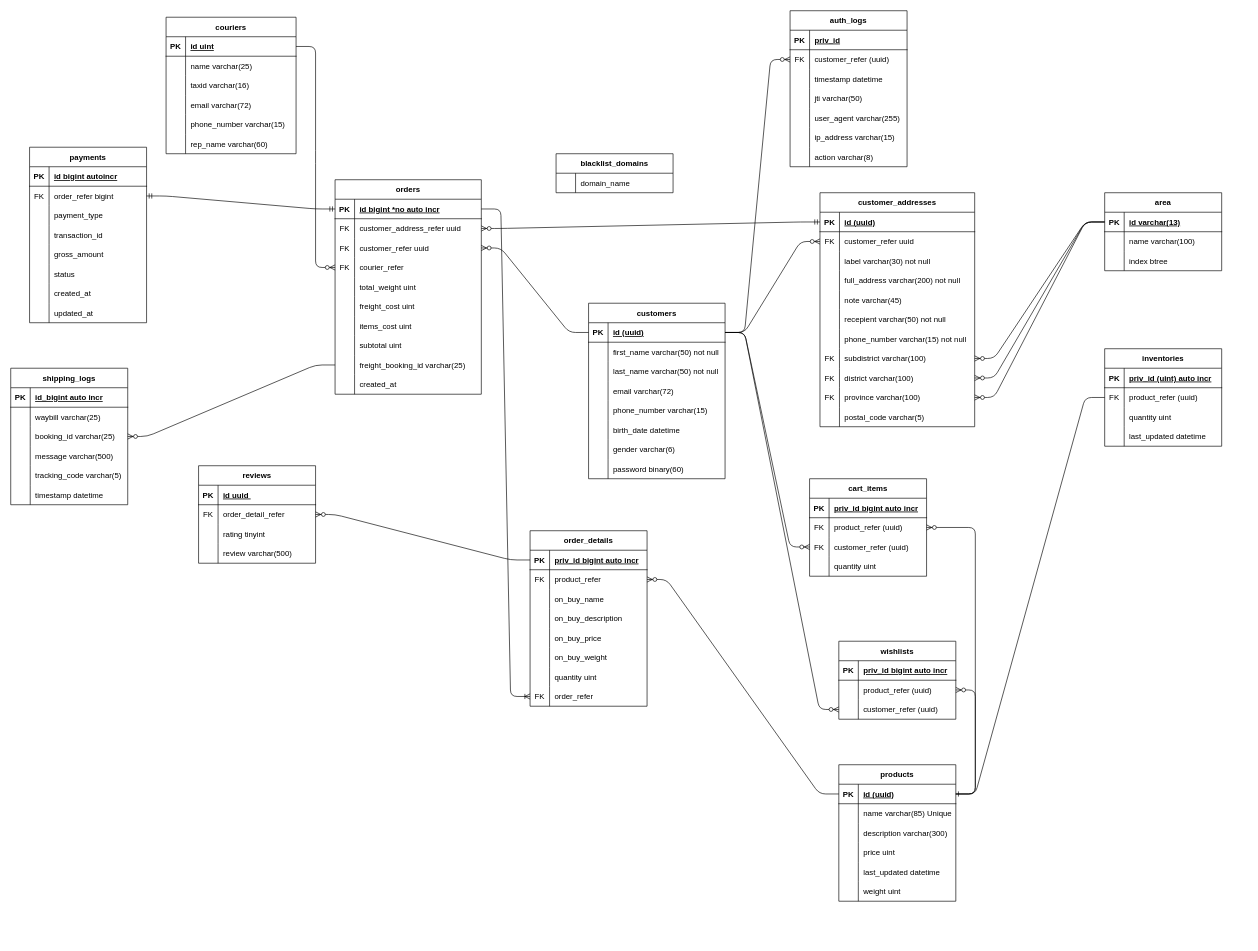
Above: resources/oltp-schema.drawio in Tus1688/openmerce-backend (draw.io), before the change. Source tidied: cells renumbered, new cells numbered last; positions are measured from the earlier drawing's top-left corner, leaving out a move shared by most shapes. Both pictures are drawn from the tidied source at 65%, with x=0, y=0 at pixel (10, 10).
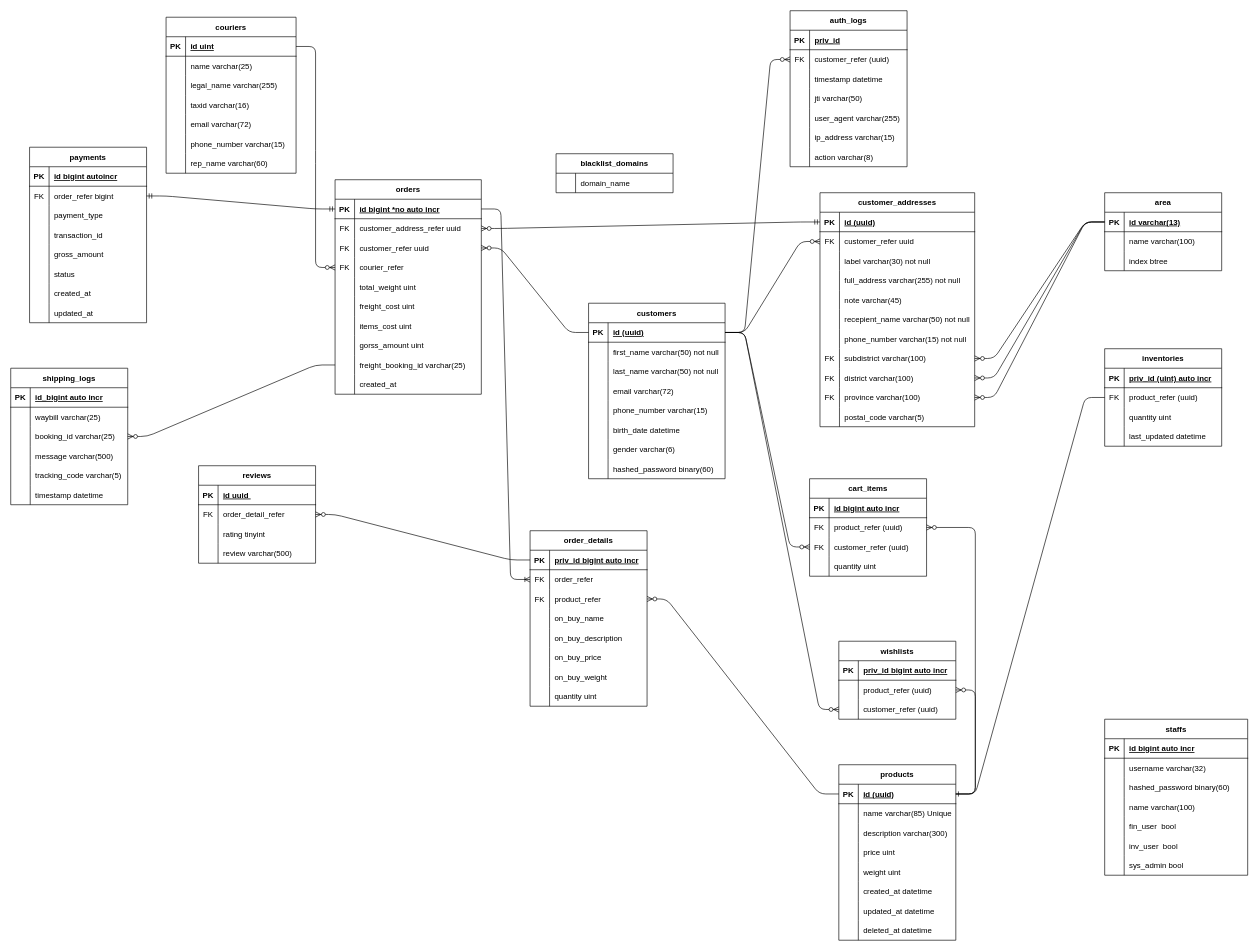
Above is the later version.

Unchanged cells that the change refers to:
```xml
<mxCell id="12" style="shape=tableRow;horizontal=0;startSize=0;swimlaneHead=0;swimlaneBody=0;fillColor=none;top=0;left=0;right=0;bottom=0;" parent="2" vertex="1">
  <mxGeometry y="120" width="238" height="30" as="geometry" />
</mxCell>
<mxCell id="18" style="shape=tableRow;horizontal=0;startSize=0;swimlaneHead=0;swimlaneBody=0;fillColor=none;top=0;left=0;right=0;bottom=0;" parent="2" vertex="1">
  <mxGeometry y="180" width="238" height="30" as="geometry" />
</mxCell>
<mxCell id="58" style="shape=tableRow;horizontal=0;startSize=0;swimlaneHead=0;swimlaneBody=0;fillColor=none;top=0;left=0;right=0;bottom=0;" parent="36" vertex="1">
  <mxGeometry y="240" width="210" height="30" as="geometry" />
</mxCell>
<mxCell id="109" style="shape=tableRow;horizontal=0;startSize=0;swimlaneHead=0;swimlaneBody=0;fillColor=none;top=0;left=0;right=0;bottom=1;" parent="108" vertex="1">
  <mxGeometry y="30" width="180" height="30" as="geometry" />
</mxCell>
<mxCell id="145" style="shape=tableRow;horizontal=0;startSize=0;swimlaneHead=0;swimlaneBody=0;fillColor=none;top=0;left=0;right=0;bottom=0;" parent="123" vertex="1">
  <mxGeometry y="240" width="225" height="30" as="geometry" />
</mxCell>
<mxCell id="155" value="order_details" style="shape=table;startSize=30;childLayout=tableLayout;rowLines=0;fontStyle=1;align=center;" parent="1" vertex="1">
  <mxGeometry x="799" y="800" width="180" height="270" as="geometry" />
</mxCell>
```

Diff of the diagram source:
```diff
@@
-    <mxCell id="14" value="full_address varchar(200) not null" style="shape=partialRectangle;fillColor=none;top=0;left=0;bottom=0;right=0;align=left;spacingLeft=6;overflow=hidden;" parent="12" vertex="1">
+    <mxCell id="14" value="full_address varchar(255) not null" style="shape=partialRectangle;fillColor=none;top=0;left=0;bottom=0;right=0;align=left;spacingLeft=6;overflow=hidden;" parent="12" vertex="1">
       <mxGeometry x="30" width="208" height="30" as="geometry" />
     </mxCell>
@@
-    <mxCell id="20" value="recepient varchar(50) not null" style="shape=partialRectangle;fillColor=none;top=0;left=0;bottom=0;right=0;align=left;spacingLeft=6;overflow=hidden;" parent="18" vertex="1">
+    <mxCell id="20" value="recepient_name varchar(50) not null" style="shape=partialRectangle;fillColor=none;top=0;left=0;bottom=0;right=0;align=left;spacingLeft=6;overflow=hidden;" parent="18" vertex="1">
       <mxGeometry x="30" width="208" height="30" as="geometry" />
     </mxCell>
@@
-    <mxCell id="60" value="password binary(60)" style="shape=partialRectangle;fillColor=none;top=0;left=0;bottom=0;right=0;align=left;spacingLeft=6;overflow=hidden;" parent="58" vertex="1">
+    <mxCell id="60" value="hashed_password binary(60)" style="shape=partialRectangle;fillColor=none;top=0;left=0;bottom=0;right=0;align=left;spacingLeft=6;overflow=hidden;" parent="58" vertex="1">
       <mxGeometry x="30" width="180" height="30" as="geometry" />
     </mxCell>
@@
     <mxCell id="75" value="products" style="shape=table;startSize=30;childLayout=tableLayout;rowLines=0;fontStyle=1;align=center;" parent="1" vertex="1">
-      <mxGeometry x="1274" y="1160" width="180" height="210" as="geometry" />
+      <mxGeometry x="1274" y="1160" width="180" height="270" as="geometry" />
     </mxCell>
@@
+    <mxCell id="91" style="shape=tableRow;horizontal=0;startSize=0;swimlaneHead=0;swimlaneBody=0;fillColor=none;top=0;left=0;right=0;bottom=0;" parent="75" vertex="1">
+      <mxGeometry y="150" width="180" height="30" as="geometry" />
+    </mxCell>
+    <mxCell id="92" style="shape=partialRectangle;fillColor=none;top=0;left=0;bottom=0;right=0;overflow=hidden;" parent="91" vertex="1">
+      <mxGeometry width="30" height="30" as="geometry" />
+    </mxCell>
+    <mxCell id="93" value="weight uint" style="shape=partialRectangle;fillColor=none;top=0;left=0;bottom=0;right=0;align=left;spacingLeft=6;overflow=hidden;" parent="91" vertex="1">
+      <mxGeometry x="30" width="150" height="30" as="geometry" />
+    </mxCell>
+    <mxCell id="302" style="shape=tableRow;horizontal=0;startSize=0;swimlaneHead=0;swimlaneBody=0;fillColor=none;top=0;left=0;right=0;bottom=0;" parent="75" vertex="1">
+      <mxGeometry y="180" width="180" height="30" as="geometry" />
+    </mxCell>
+    <mxCell id="303" style="shape=partialRectangle;fillColor=none;top=0;left=0;bottom=0;right=0;overflow=hidden;" parent="302" vertex="1">
+      <mxGeometry width="30" height="30" as="geometry" />
+    </mxCell>
+    <mxCell id="304" value="created_at datetime" style="shape=partialRectangle;fillColor=none;top=0;left=0;bottom=0;right=0;align=left;spacingLeft=6;overflow=hidden;" parent="302" vertex="1">
+      <mxGeometry x="30" width="150" height="30" as="geometry" />
+    </mxCell>
     <mxCell id="88" style="shape=tableRow;horizontal=0;startSize=0;swimlaneHead=0;swimlaneBody=0;fillColor=none;top=0;left=0;right=0;bottom=0;" parent="75" vertex="1">
-      <mxGeometry y="150" width="180" height="30" as="geometry" />
+      <mxGeometry y="210" width="180" height="30" as="geometry" />
     </mxCell>
@@
-    <mxCell id="90" value="last_updated datetime" style="shape=partialRectangle;fillColor=none;top=0;left=0;bottom=0;right=0;align=left;spacingLeft=6;overflow=hidden;" parent="88" vertex="1">
+    <mxCell id="90" value="updated_at datetime" style="shape=partialRectangle;fillColor=none;top=0;left=0;bottom=0;right=0;align=left;spacingLeft=6;overflow=hidden;" parent="88" vertex="1">
       <mxGeometry x="30" width="150" height="30" as="geometry" />
     </mxCell>
-    <mxCell id="91" style="shape=tableRow;horizontal=0;startSize=0;swimlaneHead=0;swimlaneBody=0;fillColor=none;top=0;left=0;right=0;bottom=0;" parent="75" vertex="1">
-      <mxGeometry y="180" width="180" height="30" as="geometry" />
-    </mxCell>
-    <mxCell id="92" style="shape=partialRectangle;fillColor=none;top=0;left=0;bottom=0;right=0;overflow=hidden;" parent="91" vertex="1">
-      <mxGeometry width="30" height="30" as="geometry" />
-    </mxCell>
-    <mxCell id="93" value="weight uint" style="shape=partialRectangle;fillColor=none;top=0;left=0;bottom=0;right=0;align=left;spacingLeft=6;overflow=hidden;" parent="91" vertex="1">
-      <mxGeometry x="30" width="150" height="30" as="geometry" />
-    </mxCell>
+    <mxCell id="305" style="shape=tableRow;horizontal=0;startSize=0;swimlaneHead=0;swimlaneBody=0;fillColor=none;top=0;left=0;right=0;bottom=0;" parent="75" vertex="1">
+      <mxGeometry y="240" width="180" height="30" as="geometry" />
+    </mxCell>
+    <mxCell id="306" style="shape=partialRectangle;fillColor=none;top=0;left=0;bottom=0;right=0;overflow=hidden;" parent="305" vertex="1">
+      <mxGeometry width="30" height="30" as="geometry" />
+    </mxCell>
+    <mxCell id="307" value="deleted_at datetime" style="shape=partialRectangle;fillColor=none;top=0;left=0;bottom=0;right=0;align=left;spacingLeft=6;overflow=hidden;" parent="305" vertex="1">
+      <mxGeometry x="30" width="150" height="30" as="geometry" />
+    </mxCell>
@@
-    <mxCell id="111" value="priv_id bigint auto incr" style="shape=partialRectangle;fillColor=none;top=0;left=0;bottom=0;right=0;align=left;spacingLeft=6;fontStyle=5;overflow=hidden;" parent="109" vertex="1">
+    <mxCell id="111" value="id bigint auto incr" style="shape=partialRectangle;fillColor=none;top=0;left=0;bottom=0;right=0;align=left;spacingLeft=6;fontStyle=5;overflow=hidden;" parent="109" vertex="1">
       <mxGeometry x="30" width="150" height="30" as="geometry" />
     </mxCell>
@@
-    <mxCell id="147" value="subtotal uint" style="shape=partialRectangle;fillColor=none;top=0;left=0;bottom=0;right=0;align=left;spacingLeft=6;overflow=hidden;" parent="145" vertex="1">
+    <mxCell id="147" value="gorss_amount uint" style="shape=partialRectangle;fillColor=none;top=0;left=0;bottom=0;right=0;align=left;spacingLeft=6;overflow=hidden;" parent="145" vertex="1">
       <mxGeometry x="30" width="195" height="30" as="geometry" />
     </mxCell>
@@
+    <mxCell id="177" style="shape=tableRow;horizontal=0;startSize=0;swimlaneHead=0;swimlaneBody=0;fillColor=none;points=[[0,0.5],[1,0.5]];portConstraint=eastwest;top=0;left=0;right=0;bottom=0;" parent="155" vertex="1">
+      <mxGeometry y="60" width="180" height="30" as="geometry" />
+    </mxCell>
+    <mxCell id="178" value="FK" style="shape=partialRectangle;fillColor=none;top=0;left=0;bottom=0;right=0;overflow=hidden;" parent="177" vertex="1">
+      <mxGeometry width="30" height="30" as="geometry" />
+    </mxCell>
+    <mxCell id="179" value="order_refer" style="shape=partialRectangle;fillColor=none;top=0;left=0;bottom=0;right=0;align=left;spacingLeft=6;overflow=hidden;" parent="177" vertex="1">
+      <mxGeometry x="30" width="150" height="30" as="geometry" />
+    </mxCell>
     <mxCell id="159" style="shape=tableRow;horizontal=0;startSize=0;swimlaneHead=0;swimlaneBody=0;fillColor=none;points=[[0,0.5],[1,0.5]];portConstraint=eastwest;top=0;left=0;right=0;bottom=0;" parent="155" vertex="1">
-      <mxGeometry y="60" width="180" height="30" as="geometry" />
+      <mxGeometry y="90" width="180" height="30" as="geometry" />
     </mxCell>
@@
     <mxCell id="162" style="shape=tableRow;horizontal=0;startSize=0;swimlaneHead=0;swimlaneBody=0;fillColor=none;top=0;left=0;right=0;bottom=0;" parent="155" vertex="1">
-      <mxGeometry y="90" width="180" height="30" as="geometry" />
+      <mxGeometry y="120" width="180" height="30" as="geometry" />
     </mxCell>
@@
     <mxCell id="165" style="shape=tableRow;horizontal=0;startSize=0;swimlaneHead=0;swimlaneBody=0;fillColor=none;top=0;left=0;right=0;bottom=0;" parent="155" vertex="1">
-      <mxGeometry y="120" width="180" height="30" as="geometry" />
+      <mxGeometry y="150" width="180" height="30" as="geometry" />
     </mxCell>
@@
     <mxCell id="168" style="shape=tableRow;horizontal=0;startSize=0;swimlaneHead=0;swimlaneBody=0;fillColor=none;top=0;left=0;right=0;bottom=0;" parent="155" vertex="1">
-      <mxGeometry y="150" width="180" height="30" as="geometry" />
+      <mxGeometry y="180" width="180" height="30" as="geometry" />
     </mxCell>
@@
     <mxCell id="171" style="shape=tableRow;horizontal=0;startSize=0;swimlaneHead=0;swimlaneBody=0;fillColor=none;top=0;left=0;right=0;bottom=0;" parent="155" vertex="1">
-      <mxGeometry y="180" width="180" height="30" as="geometry" />
+      <mxGeometry y="210" width="180" height="30" as="geometry" />
     </mxCell>
@@
     <mxCell id="174" style="shape=tableRow;horizontal=0;startSize=0;swimlaneHead=0;swimlaneBody=0;fillColor=none;top=0;left=0;right=0;bottom=0;" parent="155" vertex="1">
-      <mxGeometry y="210" width="180" height="30" as="geometry" />
+      <mxGeometry y="240" width="180" height="30" as="geometry" />
     </mxCell>
@@
-    <mxCell id="177" style="shape=tableRow;horizontal=0;startSize=0;swimlaneHead=0;swimlaneBody=0;fillColor=none;points=[[0,0.5],[1,0.5]];portConstraint=eastwest;top=0;left=0;right=0;bottom=0;" parent="155" vertex="1">
-      <mxGeometry y="240" width="180" height="30" as="geometry" />
-    </mxCell>
-    <mxCell id="178" value="FK" style="shape=partialRectangle;fillColor=none;top=0;left=0;bottom=0;right=0;overflow=hidden;" parent="177" vertex="1">
-      <mxGeometry width="30" height="30" as="geometry" />
-    </mxCell>
-    <mxCell id="179" value="order_refer" style="shape=partialRectangle;fillColor=none;top=0;left=0;bottom=0;right=0;align=left;spacingLeft=6;overflow=hidden;" parent="177" vertex="1">
-      <mxGeometry x="30" width="150" height="30" as="geometry" />
-    </mxCell>
     <mxCell id="180" value="couriers" style="shape=table;startSize=30;childLayout=tableLayout;rowLines=0;fontStyle=1;align=center;" parent="1" vertex="1">
-      <mxGeometry x="239" y="10" width="200" height="210" as="geometry" />
+      <mxGeometry x="239" y="10" width="200" height="240" as="geometry" />
     </mxCell>
@@
+    <mxCell id="308" style="shape=tableRow;horizontal=0;startSize=0;swimlaneHead=0;swimlaneBody=0;fillColor=none;top=0;left=0;right=0;bottom=0;" parent="180" vertex="1">
+      <mxGeometry y="90" width="200" height="30" as="geometry" />
+    </mxCell>
+    <mxCell id="309" style="shape=partialRectangle;fillColor=none;top=0;left=0;bottom=0;right=0;overflow=hidden;" parent="308" vertex="1">
+      <mxGeometry width="30" height="30" as="geometry" />
+    </mxCell>
+    <mxCell id="310" value="legal_name varchar(255)" style="shape=partialRectangle;fillColor=none;top=0;left=0;bottom=0;right=0;align=left;spacingLeft=6;overflow=hidden;" parent="308" vertex="1">
+      <mxGeometry x="30" width="170" height="30" as="geometry" />
+    </mxCell>
     <mxCell id="187" style="shape=tableRow;horizontal=0;startSize=0;swimlaneHead=0;swimlaneBody=0;fillColor=none;top=0;left=0;right=0;bottom=0;" parent="180" vertex="1">
-      <mxGeometry y="90" width="200" height="30" as="geometry" />
+      <mxGeometry y="120" width="200" height="30" as="geometry" />
     </mxCell>
@@
     <mxCell id="190" style="shape=tableRow;horizontal=0;startSize=0;swimlaneHead=0;swimlaneBody=0;fillColor=none;top=0;left=0;right=0;bottom=0;" parent="180" vertex="1">
-      <mxGeometry y="120" width="200" height="30" as="geometry" />
+      <mxGeometry y="150" width="200" height="30" as="geometry" />
     </mxCell>
@@
     <mxCell id="193" style="shape=tableRow;horizontal=0;startSize=0;swimlaneHead=0;swimlaneBody=0;fillColor=none;top=0;left=0;right=0;bottom=0;" parent="180" vertex="1">
-      <mxGeometry y="150" width="200" height="30" as="geometry" />
+      <mxGeometry y="180" width="200" height="30" as="geometry" />
     </mxCell>
@@
     <mxCell id="196" style="shape=tableRow;horizontal=0;startSize=0;swimlaneHead=0;swimlaneBody=0;fillColor=none;top=0;left=0;right=0;bottom=0;" parent="180" vertex="1">
-      <mxGeometry y="180" width="200" height="30" as="geometry" />
+      <mxGeometry y="210" width="200" height="30" as="geometry" />
     </mxCell>
@@
+    <mxCell id="311" value="staffs" style="shape=table;startSize=30;childLayout=tableLayout;rowLines=0;fontStyle=1;align=center;" parent="1" vertex="1">
+      <mxGeometry x="1683" y="1090" width="220" height="240" as="geometry" />
+    </mxCell>
+    <mxCell id="312" style="shape=tableRow;horizontal=0;startSize=0;swimlaneHead=0;swimlaneBody=0;fillColor=none;top=0;left=0;right=0;bottom=1;" parent="311" vertex="1">
+      <mxGeometry y="30" width="220" height="30" as="geometry" />
+    </mxCell>
+    <mxCell id="313" value="PK" style="shape=partialRectangle;fillColor=none;top=0;left=0;bottom=0;right=0;fontStyle=1;overflow=hidden;" parent="312" vertex="1">
+      <mxGeometry width="30" height="30" as="geometry" />
+    </mxCell>
+    <mxCell id="314" value="id bigint auto incr" style="shape=partialRectangle;fillColor=none;top=0;left=0;bottom=0;right=0;align=left;spacingLeft=6;fontStyle=5;overflow=hidden;" parent="312" vertex="1">
+      <mxGeometry x="30" width="190" height="30" as="geometry" />
+    </mxCell>
+    <mxCell id="315" style="shape=tableRow;horizontal=0;startSize=0;swimlaneHead=0;swimlaneBody=0;fillColor=none;top=0;left=0;right=0;bottom=0;" parent="311" vertex="1">
+      <mxGeometry y="60" width="220" height="30" as="geometry" />
+    </mxCell>
+    <mxCell id="316" style="shape=partialRectangle;fillColor=none;top=0;left=0;bottom=0;right=0;overflow=hidden;" parent="315" vertex="1">
+      <mxGeometry width="30" height="30" as="geometry" />
+    </mxCell>
+    <mxCell id="317" value="username varchar(32)" style="shape=partialRectangle;fillColor=none;top=0;left=0;bottom=0;right=0;align=left;spacingLeft=6;overflow=hidden;" parent="315" vertex="1">
+      <mxGeometry x="30" width="190" height="30" as="geometry" />
+    </mxCell>
+    <mxCell id="318" style="shape=tableRow;horizontal=0;startSize=0;swimlaneHead=0;swimlaneBody=0;fillColor=none;top=0;left=0;right=0;bottom=0;" parent="311" vertex="1">
+      <mxGeometry y="90" width="220" height="30" as="geometry" />
+    </mxCell>
+    <mxCell id="319" style="shape=partialRectangle;fillColor=none;top=0;left=0;bottom=0;right=0;overflow=hidden;" parent="318" vertex="1">
+      <mxGeometry width="30" height="30" as="geometry" />
+    </mxCell>
+    <mxCell id="320" value="hashed_password binary(60)" style="shape=partialRectangle;fillColor=none;top=0;left=0;bottom=0;right=0;align=left;spacingLeft=6;overflow=hidden;" parent="318" vertex="1">
+      <mxGeometry x="30" width="190" height="30" as="geometry" />
+    </mxCell>
+    <mxCell id="321" style="shape=tableRow;horizontal=0;startSize=0;swimlaneHead=0;swimlaneBody=0;fillColor=none;top=0;left=0;right=0;bottom=0;" parent="311" vertex="1">
+      <mxGeometry y="120" width="220" height="30" as="geometry" />
+    </mxCell>
+    <mxCell id="322" style="shape=partialRectangle;fillColor=none;top=0;left=0;bottom=0;right=0;overflow=hidden;" parent="321" vertex="1">
+      <mxGeometry width="30" height="30" as="geometry" />
+    </mxCell>
+    <mxCell id="323" value="name varchar(100)" style="shape=partialRectangle;fillColor=none;top=0;left=0;bottom=0;right=0;align=left;spacingLeft=6;overflow=hidden;" parent="321" vertex="1">
+      <mxGeometry x="30" width="190" height="30" as="geometry" />
+    </mxCell>
+    <mxCell id="324" style="shape=tableRow;horizontal=0;startSize=0;swimlaneHead=0;swimlaneBody=0;fillColor=none;top=0;left=0;right=0;bottom=0;" parent="311" vertex="1">
+      <mxGeometry y="150" width="220" height="30" as="geometry" />
+    </mxCell>
+    <mxCell id="325" style="shape=partialRectangle;fillColor=none;top=0;left=0;bottom=0;right=0;overflow=hidden;" parent="324" vertex="1">
+      <mxGeometry width="30" height="30" as="geometry" />
+    </mxCell>
+    <mxCell id="326" value="fin_user  bool" style="shape=partialRectangle;fillColor=none;top=0;left=0;bottom=0;right=0;align=left;spacingLeft=6;overflow=hidden;" parent="324" vertex="1">
+      <mxGeometry x="30" width="190" height="30" as="geometry" />
+    </mxCell>
+    <mxCell id="327" style="shape=tableRow;horizontal=0;startSize=0;swimlaneHead=0;swimlaneBody=0;fillColor=none;top=0;left=0;right=0;bottom=0;" parent="311" vertex="1">
+      <mxGeometry y="180" width="220" height="30" as="geometry" />
+    </mxCell>
+    <mxCell id="328" style="shape=partialRectangle;fillColor=none;top=0;left=0;bottom=0;right=0;overflow=hidden;" parent="327" vertex="1">
+      <mxGeometry width="30" height="30" as="geometry" />
+    </mxCell>
+    <mxCell id="329" value="inv_user  bool" style="shape=partialRectangle;fillColor=none;top=0;left=0;bottom=0;right=0;align=left;spacingLeft=6;overflow=hidden;" parent="327" vertex="1">
+      <mxGeometry x="30" width="190" height="30" as="geometry" />
+    </mxCell>
+    <mxCell id="330" style="shape=tableRow;horizontal=0;startSize=0;swimlaneHead=0;swimlaneBody=0;fillColor=none;top=0;left=0;right=0;bottom=0;" parent="311" vertex="1">
+      <mxGeometry y="210" width="220" height="30" as="geometry" />
+    </mxCell>
+    <mxCell id="331" style="shape=partialRectangle;fillColor=none;top=0;left=0;bottom=0;right=0;overflow=hidden;" parent="330" vertex="1">
+      <mxGeometry width="30" height="30" as="geometry" />
+    </mxCell>
+    <mxCell id="332" value="sys_admin bool" style="shape=partialRectangle;fillColor=none;top=0;left=0;bottom=0;right=0;align=left;spacingLeft=6;overflow=hidden;" parent="330" vertex="1">
+      <mxGeometry x="30" width="190" height="30" as="geometry" />
+    </mxCell>
```
